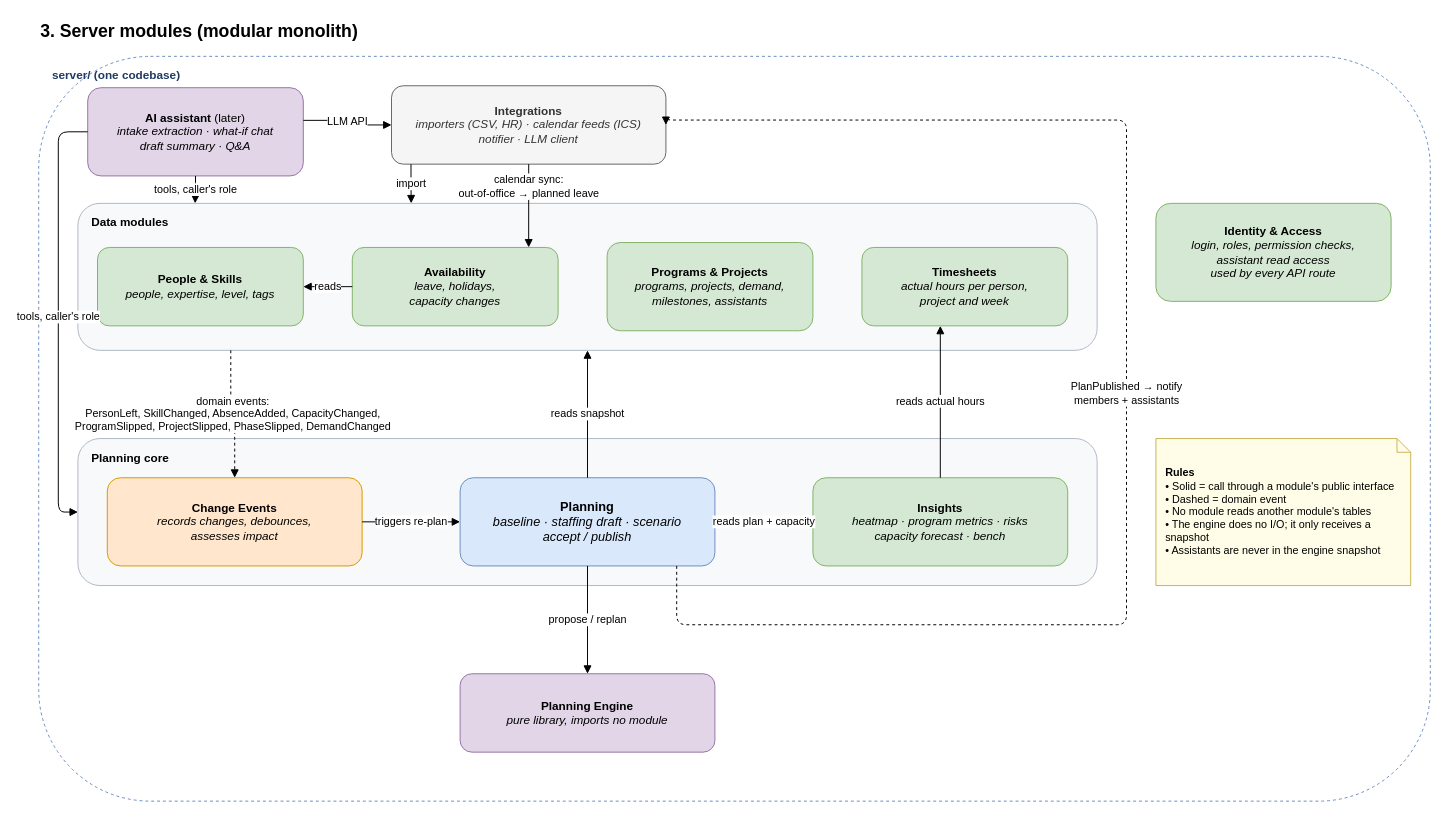
The draw.io diagram page "3. Server modules" (3 of 9) of docs/architecture.drawio in dophnamm/the-slot-finder, before the edit. Source tidied: cells renumbered, new cells numbered last; positions are measured from the earlier drawing's top-left corner, leaving out a move shared by most shapes. Both pictures are drawn from the tidied source at 98%, with x=0, y=0 at pixel (38, 17).
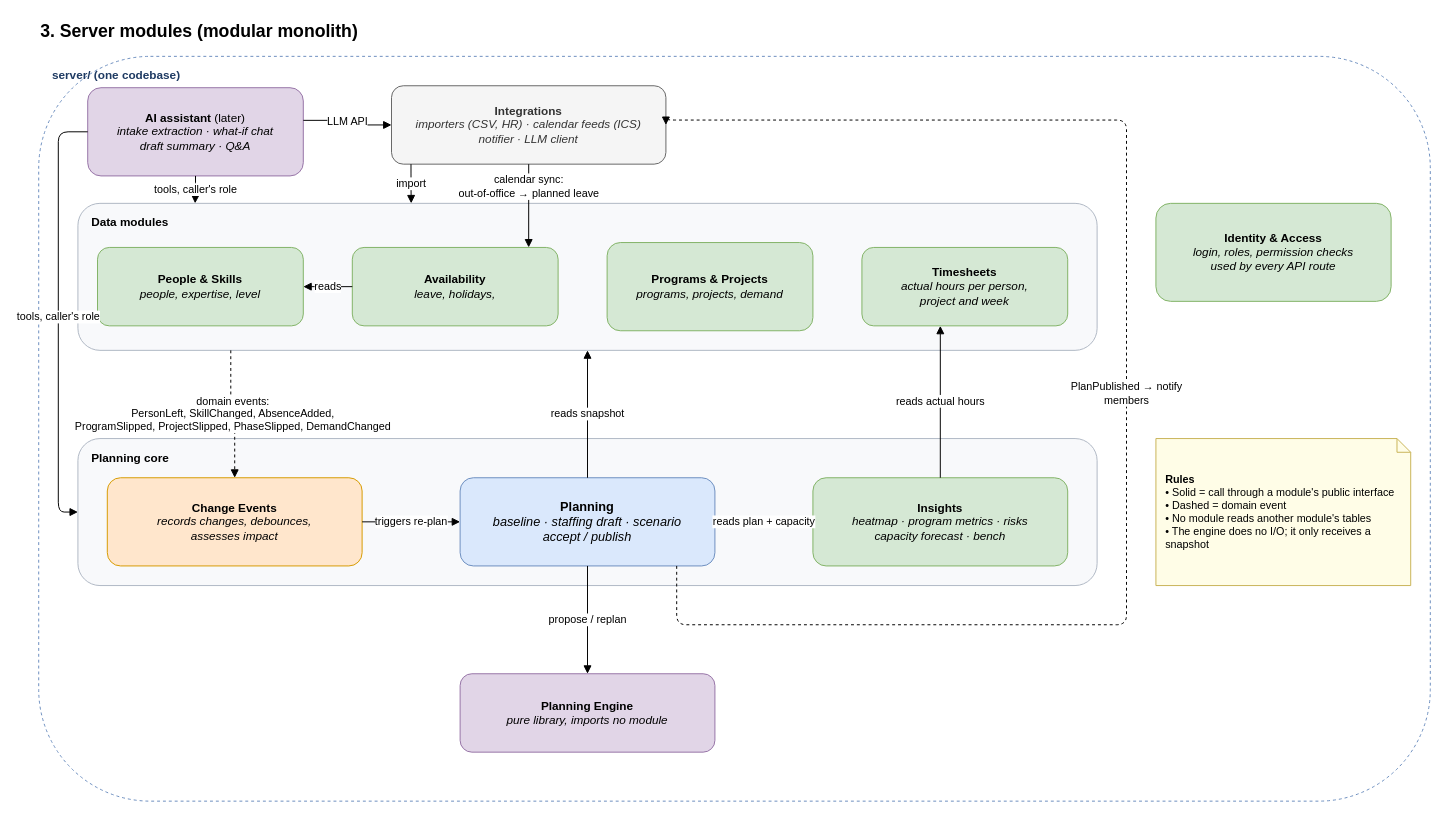
After the change.

Unchanged cells that the change refers to:
```xml
<mxCell id="4" value="&lt;b&gt;Integrations&lt;/b&gt;&lt;br&gt;&lt;i&gt;importers (CSV, HR) · calendar feeds (ICS)&lt;br&gt;notifier · LLM client&lt;/i&gt;" style="rounded=1;whiteSpace=wrap;html=1;fillColor=#f5f5f5;strokeColor=#666666;fontColor=#333333;" parent="1" vertex="1">
  <mxGeometry x="360" y="70" width="280" height="80" as="geometry" />
</mxCell>
<mxCell id="6" value="Data modules" style="rounded=1;whiteSpace=wrap;html=1;fillColor=#f8f9fb;strokeColor=#b0b8c4;verticalAlign=top;align=left;spacingLeft=12;spacingTop=6;fontStyle=1;" parent="1" vertex="1">
  <mxGeometry x="40" y="190" width="1040" height="150" as="geometry" />
</mxCell>
<mxCell id="12" value="&lt;b&gt;Change Events&lt;/b&gt;&lt;br&gt;&lt;i&gt;records changes, debounces,&lt;br&gt;assesses impact&lt;/i&gt;" style="rounded=1;whiteSpace=wrap;html=1;fillColor=#ffe6cc;strokeColor=#d79b00;" parent="1" vertex="1">
  <mxGeometry x="70" y="470" width="260" height="90" as="geometry" />
</mxCell>
<mxCell id="13" value="&lt;b&gt;Planning&lt;/b&gt;&lt;br&gt;&lt;i&gt;baseline · staffing draft · scenario&lt;br&gt;accept / publish&lt;/i&gt;" style="rounded=1;whiteSpace=wrap;html=1;fillColor=#dae8fc;strokeColor=#6c8ebf;fontSize=13;" parent="1" vertex="1">
  <mxGeometry x="430" y="470" width="260" height="90" as="geometry" />
</mxCell>
```

What changed in the source:
```diff
@@
-    <mxCell id="7" value="&lt;b&gt;People &amp;amp; Skills&lt;/b&gt;&lt;br&gt;&lt;i&gt;people, expertise, level, tags&lt;/i&gt;" style="rounded=1;whiteSpace=wrap;html=1;fillColor=#d5e8d4;strokeColor=#82b366;" parent="1" vertex="1">
+    <mxCell id="7" value="&lt;b&gt;People &amp;amp; Skills&lt;/b&gt;&lt;br&gt;&lt;i&gt;people, expertise, level&lt;/i&gt;" style="rounded=1;whiteSpace=wrap;html=1;fillColor=#d5e8d4;strokeColor=#82b366;" parent="1" vertex="1">
       <mxGeometry x="60" y="235" width="210" height="80" as="geometry" />
     </mxCell>
-    <mxCell id="8" value="&lt;b&gt;Availability&lt;/b&gt;&lt;br&gt;&lt;i&gt;leave, holidays,&lt;br&gt;capacity changes&lt;/i&gt;" style="rounded=1;whiteSpace=wrap;html=1;fillColor=#d5e8d4;strokeColor=#82b366;" parent="1" vertex="1">
+    <mxCell id="8" value="&lt;b&gt;Availability&lt;/b&gt;&lt;br&gt;&lt;i&gt;leave, holidays,&lt;/i&gt;" style="rounded=1;whiteSpace=wrap;html=1;fillColor=#d5e8d4;strokeColor=#82b366;" parent="1" vertex="1">
       <mxGeometry x="320" y="235" width="210" height="80" as="geometry" />
     </mxCell>
-    <mxCell id="9" value="&lt;b&gt;Programs &amp;amp; Projects&lt;/b&gt;&lt;br&gt;&lt;i&gt;programs, projects, demand,&lt;br&gt;milestones, assistants&lt;/i&gt;" style="rounded=1;whiteSpace=wrap;html=1;fillColor=#d5e8d4;strokeColor=#82b366;" parent="1" vertex="1">
+    <mxCell id="9" value="&lt;b&gt;Programs &amp;amp; Projects&lt;/b&gt;&lt;br&gt;&lt;i&gt;programs, projects, demand&lt;/i&gt;" style="rounded=1;whiteSpace=wrap;html=1;fillColor=#d5e8d4;strokeColor=#82b366;" parent="1" vertex="1">
       <mxGeometry x="580" y="230" width="210" height="90" as="geometry" />
     </mxCell>
@@
-    <mxCell id="16" value="&lt;b&gt;Identity &amp;amp; Access&lt;/b&gt;&lt;br&gt;&lt;i&gt;login, roles, permission checks,&lt;br&gt;assistant read access&lt;br&gt;used by every API route&lt;/i&gt;" style="rounded=1;whiteSpace=wrap;html=1;fillColor=#d5e8d4;strokeColor=#82b366;" parent="1" vertex="1">
+    <mxCell id="16" value="&lt;b&gt;Identity &amp;amp; Access&lt;/b&gt;&lt;br&gt;&lt;i&gt;login, roles, permission checks&lt;br&gt;used by every API route&lt;/i&gt;" style="rounded=1;whiteSpace=wrap;html=1;fillColor=#d5e8d4;strokeColor=#82b366;" parent="1" vertex="1">
       <mxGeometry x="1140" y="190" width="240" height="100" as="geometry" />
     </mxCell>
@@
-    <mxCell id="23" value="domain events:&lt;br&gt;PersonLeft, SkillChanged, AbsenceAdded, CapacityChanged,&lt;br&gt;ProgramSlipped, ProjectSlipped, PhaseSlipped, DemandChanged" style="edgeStyle=orthogonalEdgeStyle;rounded=1;html=1;endArrow=block;endFill=1;dashed=1;fontSize=11;labelBackgroundColor=#ffffff;exitX=0.15;exitY=1;exitDx=0;exitDy=0;entryX=0.5;entryY=0;entryDx=0;entryDy=0;" parent="1" edge="1" source="6" target="12">
+    <mxCell id="23" value="domain events:&lt;br&gt;PersonLeft, SkillChanged, AbsenceAdded,&lt;br&gt;ProgramSlipped, ProjectSlipped, PhaseSlipped, DemandChanged" style="edgeStyle=orthogonalEdgeStyle;rounded=1;html=1;endArrow=block;endFill=1;dashed=1;fontSize=11;labelBackgroundColor=#ffffff;exitX=0.15;exitY=1;exitDx=0;exitDy=0;entryX=0.5;entryY=0;entryDx=0;entryDy=0;" parent="1" edge="1" source="6" target="12">
       <mxGeometry relative="1" as="geometry" />
     </mxCell>
@@
-    <mxCell id="29" value="PlanPublished → notify&lt;br&gt;members + assistants" style="edgeStyle=orthogonalEdgeStyle;rounded=1;html=1;endArrow=block;endFill=1;dashed=1;fontSize=11;labelBackgroundColor=#ffffff;exitX=0.85;exitY=1;exitDx=0;exitDy=0;entryX=1;entryY=0.5;entryDx=0;entryDy=0;" parent="1" edge="1" source="13" target="4">
+    <mxCell id="29" value="PlanPublished → notify&lt;br&gt;members" style="edgeStyle=orthogonalEdgeStyle;rounded=1;html=1;endArrow=block;endFill=1;dashed=1;fontSize=11;labelBackgroundColor=#ffffff;exitX=0.85;exitY=1;exitDx=0;exitDy=0;entryX=1;entryY=0.5;entryDx=0;entryDy=0;" parent="1" edge="1" source="13" target="4">
       <mxGeometry relative="1" as="geometry">
         <Array as="points">
           <mxPoint x="651" y="620" />
           <mxPoint x="1110" y="620" />
           <mxPoint x="1110" y="105" />
         </Array>
       </mxGeometry>
     </mxCell>
-    <mxCell id="30" value="&lt;b&gt;Rules&lt;/b&gt;&lt;br&gt;• Solid = call through a module's public interface&lt;br&gt;• Dashed = domain event&lt;br&gt;• No module reads another module's tables&lt;br&gt;• The engine does no I/O; it only receives a snapshot&lt;br&gt;• Assistants are never in the engine snapshot" style="shape=note;whiteSpace=wrap;html=1;backgroundOutline=1;size=14;fillColor=#fffde7;strokeColor=#c9b458;align=left;spacingLeft=8;spacingRight=8;fontSize=11;" parent="1" vertex="1">
+    <mxCell id="30" value="&lt;b&gt;Rules&lt;/b&gt;&lt;br&gt;• Solid = call through a module's public interface&lt;br&gt;• Dashed = domain event&lt;br&gt;• No module reads another module's tables&lt;br&gt;• The engine does no I/O; it only receives a snapshot" style="shape=note;whiteSpace=wrap;html=1;backgroundOutline=1;size=14;fillColor=#fffde7;strokeColor=#c9b458;align=left;spacingLeft=8;spacingRight=8;fontSize=11;" parent="1" vertex="1">
       <mxGeometry x="1140" y="430" width="260" height="150" as="geometry" />
     </mxCell>
```
